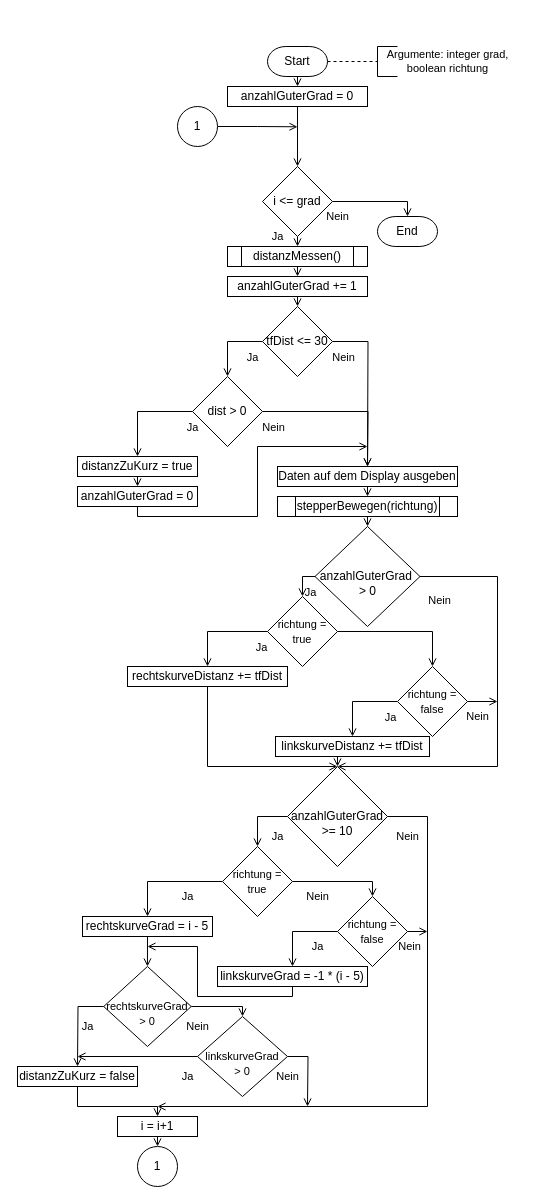
DanielSteinhauser/lidar-auto keeps this draw.io diagram as diagrams/scanFuerKurve.drawio. Above is the earlier version. Source tidied: cells renumbered, new cells numbered last; positions are measured from the earlier drawing's top-left corner, leaving out a move shared by most shapes. Both pictures are drawn from the tidied source at 100%, with x=0, y=0 at pixel (17, 46).
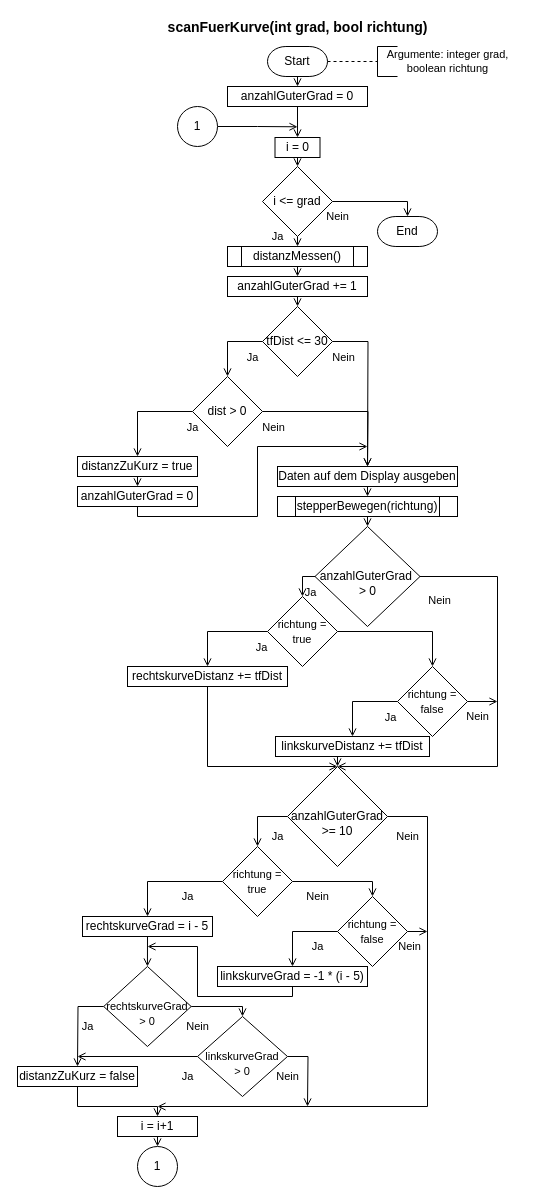
Above is the later version.

Unchanged cells that the change refers to:
```xml
<mxCell id="5" value="i &amp;lt;= grad" style="strokeWidth=1;html=1;shape=mxgraph.flowchart.decision;whiteSpace=wrap;rounded=1;strokeColor=default;labelBackgroundColor=none;labelBorderColor=none;" parent="1" vertex="1">
  <mxGeometry x="245" y="120" width="70" height="70" as="geometry" />
</mxCell>
<mxCell id="6" value="anzahlGuterGrad = 0" style="rounded=0;whiteSpace=wrap;html=1;absoluteArcSize=1;arcSize=14;strokeWidth=1;labelBackgroundColor=none;labelBorderColor=none;" parent="1" vertex="1">
  <mxGeometry x="210" y="40" width="140" height="20" as="geometry" />
</mxCell>
```

Change to the diagram source:
```diff
@@
-    <mxCell id="23" style="endArrow=open;html=1;rounded=0;entryX=0.5;entryY=0;entryDx=0;entryDy=0;entryPerimeter=0;exitX=0.5;exitY=1;exitDx=0;exitDy=0;labelBackgroundColor=none;labelBorderColor=none;endFill=0;" parent="1" edge="1" source="6" target="5">
-      <mxGeometry relative="1" as="geometry" />
+    <mxCell id="23" style="endArrow=open;html=1;rounded=0;exitX=0.5;exitY=1;exitDx=0;exitDy=0;labelBackgroundColor=none;labelBorderColor=none;endFill=0;" parent="1" edge="1" source="6">
+      <mxGeometry relative="1" as="geometry">
+        <mxPoint x="280" y="91" as="targetPoint" />
+      </mxGeometry>
     </mxCell>
@@
+    <mxCell id="93" value="&lt;span style=&quot;font-size: 14px&quot;&gt;&lt;b&gt;scanFuerKurve(int grad, bool richtung)&lt;/b&gt;&lt;/span&gt;" style="text;html=1;align=center;verticalAlign=middle;strokeColor=none;fillColor=none;" parent="1" vertex="1">
+      <mxGeometry x="140" y="-29" width="280" height="20" as="geometry" />
+    </mxCell>
+    <mxCell id="94" style="edgeStyle=orthogonalEdgeStyle;rounded=0;jettySize=auto;html=1;exitX=0.5;exitY=1;exitDx=0;exitDy=0;entryX=0.5;entryY=0;entryDx=0;entryDy=0;entryPerimeter=0;endArrow=open;endFill=0;" parent="1" edge="1" source="95" target="5">
+      <mxGeometry relative="1" as="geometry" />
+    </mxCell>
+    <mxCell id="95" value="i = 0" style="rounded=0;whiteSpace=wrap;html=1;absoluteArcSize=1;arcSize=14;strokeWidth=1;labelBackgroundColor=none;labelBorderColor=none;" parent="1" vertex="1">
+      <mxGeometry x="257.5" y="91" width="45" height="20" as="geometry" />
+    </mxCell>
```
